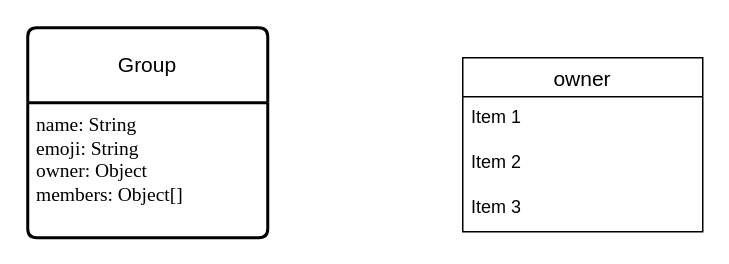
Before: excalidraw/NGC - DB.drawio in incubateur-ademe/nosgestesclimat-doc, a draw.io diagram. Source tidied: cells renumbered, new cells numbered last; positions are measured from the earlier drawing's top-left corner, leaving out a move shared by most shapes. Both pictures are drawn from the tidied source at 150%, with x=0, y=0 at pixel (27, 27).
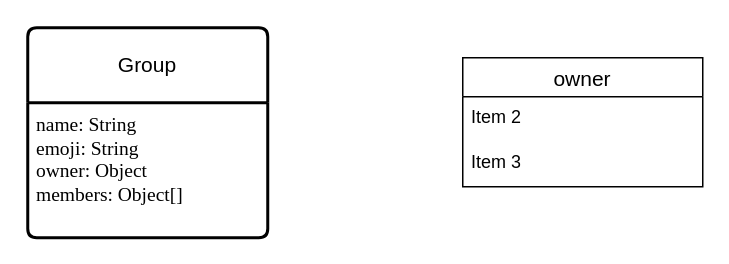
After the change.

Commit message:
Mettre à jour NGC - DB.drawio

What changed in the source:
```diff
@@
 <mxGraphModel>
   <root>
     <mxCell id="0" />
     <mxCell id="1" parent="0" />
     <mxCell id="2" value="Group" style="swimlane;horizontal=1;startSize=50;rounded=1;fontSize=14;fontStyle=0;strokeWidth=2;shadow=0;dashed=0;align=center;arcSize=4;whiteSpace=wrap;html=1;" parent="1" vertex="1">
       <mxGeometry width="160" height="140" as="geometry" />
     </mxCell>
     <mxCell id="3" value="&lt;div style=&quot;font-size: 13px;&quot;&gt;name: String&lt;br&gt;&lt;/div&gt;&lt;div style=&quot;font-size: 13px;&quot;&gt;emoji: String&lt;br&gt;&lt;/div&gt;&lt;div style=&quot;font-size: 13px;&quot;&gt;owner: Object&lt;br&gt;&lt;/div&gt;&lt;div style=&quot;font-size: 13px;&quot;&gt;members: Object[]&lt;br style=&quot;font-size: 13px;&quot;&gt;&lt;/div&gt;" style="align=left;strokeColor=none;fillColor=none;spacingLeft=4;fontSize=13;verticalAlign=top;html=1;fontFamily=Garamond;" parent="2" vertex="1">
       <mxGeometry y="50" width="160" height="90" as="geometry" />
     </mxCell>
     <mxCell id="4" value="owner" style="swimlane;fontStyle=0;horizontal=1;startSize=26;align=center;fontSize=14;" parent="1" vertex="1">
-      <mxGeometry x="290" y="20" width="160" height="116" as="geometry" />
+      <mxGeometry x="290" y="20" width="160" height="86" as="geometry" />
     </mxCell>
-    <mxCell id="5" value="Item 1" style="text;strokeColor=none;fillColor=none;spacingLeft=4;spacingRight=4;overflow=hidden;fontSize=12;whiteSpace=wrap;html=1;" parent="4" vertex="1">
-      <mxGeometry y="26" width="160" height="30" as="geometry" />
-    </mxCell>
     <mxCell id="6" value="Item 2" style="text;strokeColor=none;fillColor=none;spacingLeft=4;spacingRight=4;overflow=hidden;fontSize=12;whiteSpace=wrap;html=1;" parent="4" vertex="1">
-      <mxGeometry y="56" width="160" height="30" as="geometry" />
+      <mxGeometry y="26" width="160" height="30" as="geometry" />
     </mxCell>
     <mxCell id="7" value="Item 3" style="text;strokeColor=none;fillColor=none;spacingLeft=4;spacingRight=4;overflow=hidden;fontSize=12;whiteSpace=wrap;html=1;" parent="4" vertex="1">
-      <mxGeometry y="86" width="160" height="30" as="geometry" />
+      <mxGeometry y="56" width="160" height="30" as="geometry" />
     </mxCell>
   </root>
 </mxGraphModel>
```
